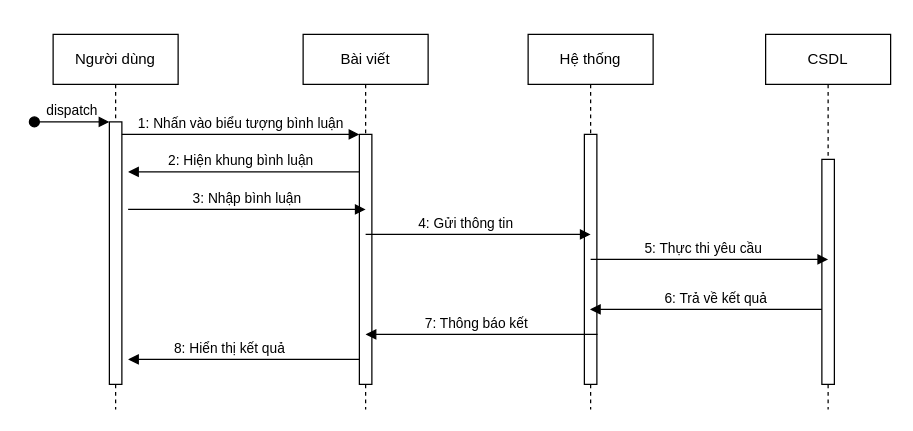
Before: page "Bình luận" (3 of 7) of Sequence diagram.drawio in Graphene101102/Mern-app-X, a draw.io diagram. Source tidied: cells renumbered, new cells numbered last; positions are measured from the earlier drawing's top-left corner, leaving out a move shared by most shapes. Both pictures are drawn from the tidied source at 125%, with x=0, y=0 at pixel (34, 34).
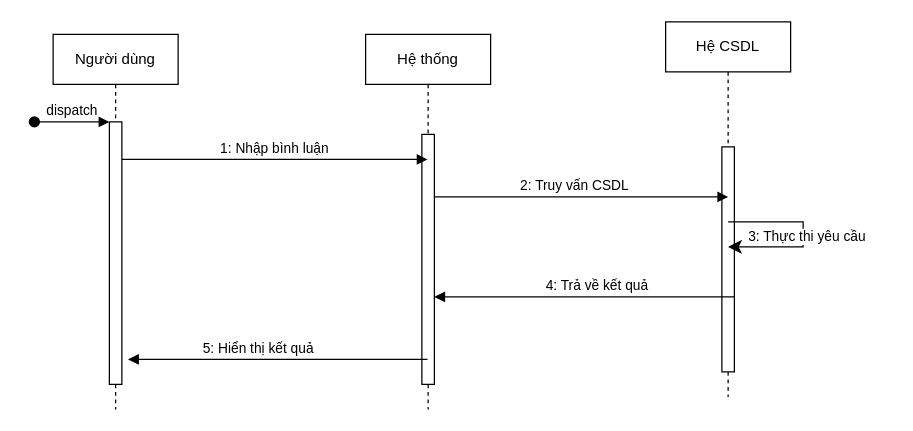
The same page after the edit.

The change refers to these unchanged cells:
```xml
<mxCell id="3" style="html=1;points=[];perimeter=orthogonalPerimeter;outlineConnect=0;targetShapes=umlLifeline;portConstraint=eastwest;newEdgeStyle={&quot;edgeStyle&quot;:&quot;elbowEdgeStyle&quot;,&quot;elbow&quot;:&quot;vertical&quot;,&quot;curved&quot;:0,&quot;rounded&quot;:0};" parent="2" vertex="1">
  <mxGeometry x="45" y="70" width="10" height="210" as="geometry" />
</mxCell>
<mxCell id="11" style="html=1;points=[];perimeter=orthogonalPerimeter;outlineConnect=0;targetShapes=umlLifeline;portConstraint=eastwest;newEdgeStyle={&quot;edgeStyle&quot;:&quot;elbowEdgeStyle&quot;,&quot;elbow&quot;:&quot;vertical&quot;,&quot;curved&quot;:0,&quot;rounded&quot;:0};" parent="10" vertex="1">
  <mxGeometry x="45" y="80" width="10" height="200" as="geometry" />
</mxCell>
```

Diff of the diagram source:
```diff
@@
-    <mxCell id="5" value="Bài viết" style="shape=umlLifeline;perimeter=lifelinePerimeter;whiteSpace=wrap;html=1;newEdgeStyle={&quot;edgeStyle&quot;:&quot;elbowEdgeStyle&quot;,&quot;elbow&quot;:&quot;vertical&quot;,&quot;curved&quot;:0,&quot;rounded&quot;:0};" parent="1" vertex="1">
-      <mxGeometry x="215" width="100" height="300" as="geometry" />
-    </mxCell>
-    <mxCell id="6" style="html=1;points=[];perimeter=orthogonalPerimeter;outlineConnect=0;targetShapes=umlLifeline;portConstraint=eastwest;newEdgeStyle={&quot;edgeStyle&quot;:&quot;elbowEdgeStyle&quot;,&quot;elbow&quot;:&quot;vertical&quot;,&quot;curved&quot;:0,&quot;rounded&quot;:0};" parent="5" vertex="1">
-      <mxGeometry x="45" y="80" width="10" height="200" as="geometry" />
-    </mxCell>
-    <mxCell id="7" value="1: Nhấn vào biểu tượng bình luận" style="html=1;verticalAlign=bottom;endArrow=block;edgeStyle=elbowEdgeStyle;elbow=vertical;curved=0;rounded=0;" parent="1" edge="1" source="3" target="6">
-      <mxGeometry relative="1" as="geometry">
-        <Array as="points">
-          <mxPoint x="115" y="80" />
-        </Array>
-      </mxGeometry>
-    </mxCell>
-    <mxCell id="8" value="CSDL" style="shape=umlLifeline;perimeter=lifelinePerimeter;whiteSpace=wrap;html=1;newEdgeStyle={&quot;edgeStyle&quot;:&quot;elbowEdgeStyle&quot;,&quot;elbow&quot;:&quot;vertical&quot;,&quot;curved&quot;:0,&quot;rounded&quot;:0};" parent="1" vertex="1">
-      <mxGeometry x="585" width="100" height="300" as="geometry" />
+    <mxCell id="8" value="Hệ CSDL" style="shape=umlLifeline;perimeter=lifelinePerimeter;whiteSpace=wrap;html=1;newEdgeStyle={&quot;edgeStyle&quot;:&quot;elbowEdgeStyle&quot;,&quot;elbow&quot;:&quot;vertical&quot;,&quot;curved&quot;:0,&quot;rounded&quot;:0};" parent="1" vertex="1">
+      <mxGeometry x="505" y="-10" width="100" height="300" as="geometry" />
     </mxCell>
@@
     <mxCell id="10" value="Hệ thống" style="shape=umlLifeline;perimeter=lifelinePerimeter;whiteSpace=wrap;html=1;outlineConnect=0;portConstraint=eastwest;newEdgeStyle={&quot;edgeStyle&quot;:&quot;elbowEdgeStyle&quot;,&quot;elbow&quot;:&quot;vertical&quot;,&quot;curved&quot;:0,&quot;rounded&quot;:0};" parent="1" vertex="1">
-      <mxGeometry x="395" width="100" height="300" as="geometry" />
+      <mxGeometry x="265" width="100" height="300" as="geometry" />
     </mxCell>
@@
-    <mxCell id="12" value="4: Gửi thông tin" style="html=1;verticalAlign=bottom;endArrow=block;edgeStyle=elbowEdgeStyle;elbow=vertical;curved=0;rounded=0;" parent="1" edge="1">
-      <mxGeometry x="-0.11" relative="1" as="geometry">
-        <mxPoint x="265" y="160" as="sourcePoint" />
-        <mxPoint x="445" y="160" as="targetPoint" />
-        <Array as="points">
-          <mxPoint x="310" y="160" />
-        </Array>
-      </mxGeometry>
-    </mxCell>
-    <mxCell id="13" value="5: Thực thi yêu cầu" style="html=1;verticalAlign=bottom;endArrow=block;edgeStyle=elbowEdgeStyle;elbow=vertical;curved=0;rounded=0;" parent="1" edge="1">
-      <mxGeometry x="-0.05" relative="1" as="geometry">
-        <mxPoint x="445" y="180" as="sourcePoint" />
-        <mxPoint x="635" y="180" as="targetPoint" />
-        <Array as="points">
-          <mxPoint x="490" y="180" />
-        </Array>
-      </mxGeometry>
-    </mxCell>
-    <mxCell id="14" value="6: Trả về kết quả" style="html=1;verticalAlign=bottom;endArrow=block;edgeStyle=elbowEdgeStyle;elbow=vertical;curved=0;rounded=0;" parent="1" edge="1">
+    <mxCell id="14" value="4: Trả về kết quả" style="html=1;verticalAlign=bottom;endArrow=block;edgeStyle=elbowEdgeStyle;elbow=vertical;curved=0;rounded=0;" parent="1" edge="1" target="11">
       <mxGeometry x="-0.08" relative="1" as="geometry">
-        <mxPoint x="630" y="220" as="sourcePoint" />
-        <mxPoint x="444.5" y="220" as="targetPoint" />
+        <mxPoint x="560.5" y="210" as="sourcePoint" />
         <Array as="points">
-          <mxPoint x="565" y="220" />
+          <mxPoint x="495.5" y="210" />
         </Array>
       </mxGeometry>
     </mxCell>
-    <mxCell id="15" value="7: Thông báo kết&amp;nbsp;" style="html=1;verticalAlign=bottom;endArrow=block;edgeStyle=elbowEdgeStyle;elbow=vertical;curved=0;rounded=0;" parent="1" edge="1">
-      <mxGeometry x="0.03" relative="1" as="geometry">
-        <mxPoint x="450.5" y="240" as="sourcePoint" />
-        <mxPoint x="265" y="240" as="targetPoint" />
-        <Array as="points">
-          <mxPoint x="385.5" y="240" />
-        </Array>
-      </mxGeometry>
-    </mxCell>
-    <mxCell id="16" value="8: Hiển thị kết quả" style="html=1;verticalAlign=bottom;endArrow=block;edgeStyle=elbowEdgeStyle;elbow=vertical;curved=0;rounded=0;" parent="1" edge="1">
+    <mxCell id="16" value="5: Hiển thị kết quả" style="html=1;verticalAlign=bottom;endArrow=block;edgeStyle=elbowEdgeStyle;elbow=vertical;curved=0;rounded=0;" parent="1" edge="1" source="10">
       <mxGeometry x="0.14" relative="1" as="geometry">
-        <mxPoint x="260.5" y="260" as="sourcePoint" />
         <mxPoint x="75" y="260" as="targetPoint" />
         <Array as="points">
           <mxPoint x="195.5" y="260" />
         </Array>
         <mxPoint x="1" as="offset" />
       </mxGeometry>
     </mxCell>
-    <mxCell id="17" value="2: Hiện khung bình luận" style="html=1;verticalAlign=bottom;endArrow=block;edgeStyle=elbowEdgeStyle;elbow=vertical;curved=0;rounded=0;" parent="1" edge="1">
-      <mxGeometry x="0.03" relative="1" as="geometry">
-        <mxPoint x="260.5" y="110" as="sourcePoint" />
-        <mxPoint x="75" y="110" as="targetPoint" />
-        <Array as="points">
-          <mxPoint x="195.5" y="110" />
-        </Array>
-      </mxGeometry>
-    </mxCell>
-    <mxCell id="18" value="3: Nhập bình luận" style="html=1;verticalAlign=bottom;endArrow=block;edgeStyle=elbowEdgeStyle;elbow=vertical;curved=0;rounded=0;" parent="1" edge="1">
+    <mxCell id="18" value="1: Nhập bình luận" style="html=1;verticalAlign=bottom;endArrow=block;edgeStyle=elbowEdgeStyle;elbow=vertical;curved=0;rounded=0;" parent="1" edge="1" target="10">
       <mxGeometry relative="1" as="geometry">
-        <mxPoint x="75" y="140" as="sourcePoint" />
-        <mxPoint x="265" y="140" as="targetPoint" />
+        <mxPoint x="70" y="100" as="sourcePoint" />
         <Array as="points">
-          <mxPoint x="120" y="140" />
+          <mxPoint x="120" y="100" />
         </Array>
       </mxGeometry>
     </mxCell>
+    <mxCell id="19" value="2: Truy vấn CSDL" style="html=1;verticalAlign=bottom;endArrow=block;edgeStyle=elbowEdgeStyle;elbow=vertical;curved=0;rounded=0;" parent="1" edge="1" source="11">
+      <mxGeometry x="-0.05" relative="1" as="geometry">
+        <mxPoint x="555" y="130" as="targetPoint" />
+        <Array as="points">
+          <mxPoint x="490" y="130" />
+        </Array>
+      </mxGeometry>
+    </mxCell>
+    <mxCell id="20" style="edgeStyle=elbowEdgeStyle;elbow=horizontal;endArrow=classic;html=1;curved=0;rounded=0;endSize=8;startSize=8;" parent="1" edge="1">
+      <mxGeometry relative="1" as="geometry">
+        <mxPoint x="555" y="150" as="sourcePoint" />
+        <mxPoint x="555" y="170" as="targetPoint" />
+        <Array as="points">
+          <mxPoint x="615" y="165" />
+        </Array>
+      </mxGeometry>
+    </mxCell>
+    <mxCell id="21" value="3: Thực thi yêu cầu" style="edgeLabel;html=1;align=center;verticalAlign=middle;" parent="20" vertex="1">
+      <mxGeometry x="-0.09" y="2" relative="1" as="geometry">
+        <mxPoint y="7" as="offset" />
+      </mxGeometry>
+    </mxCell>
```
